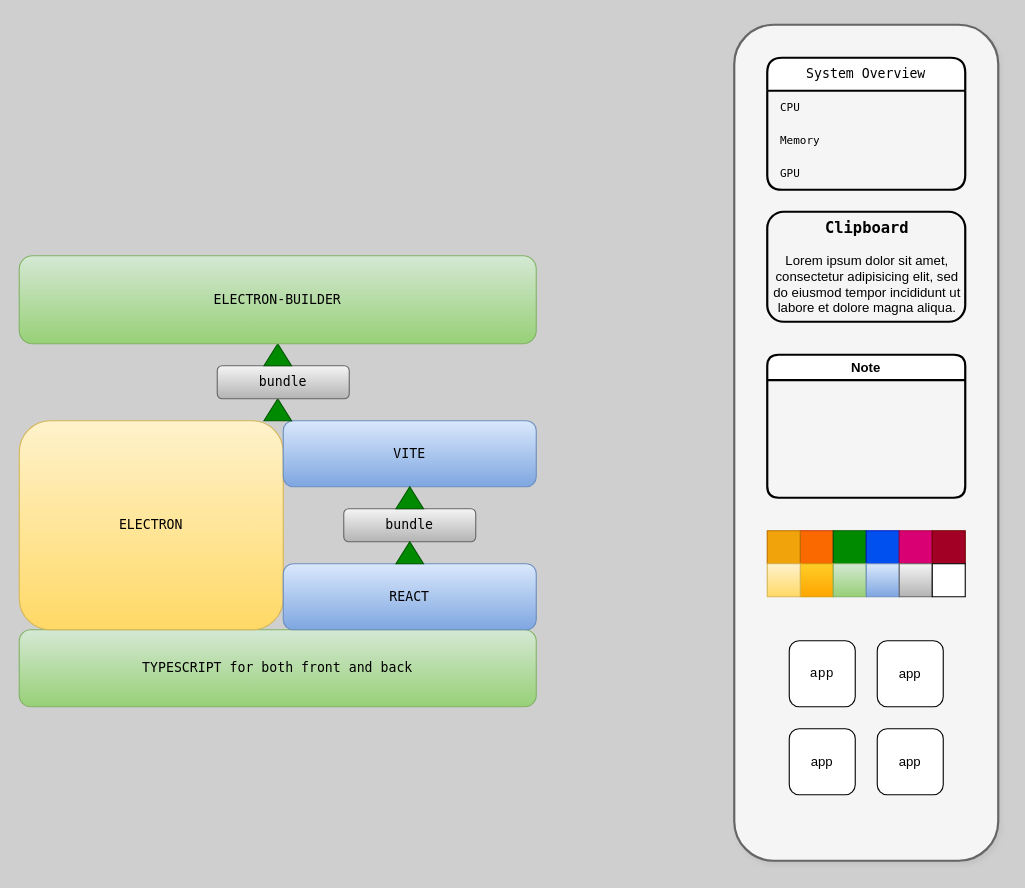
wjbetech/syster keeps this draw.io diagram as syster-wireframe.drawio. Above is the earlier version. Source tidied: cells renumbered, new cells numbered last; positions are measured from the earlier drawing's top-left corner, leaving out a move shared by most shapes. Both pictures are drawn from the tidied source at 110%, with x=0, y=0 at pixel (19, 24).
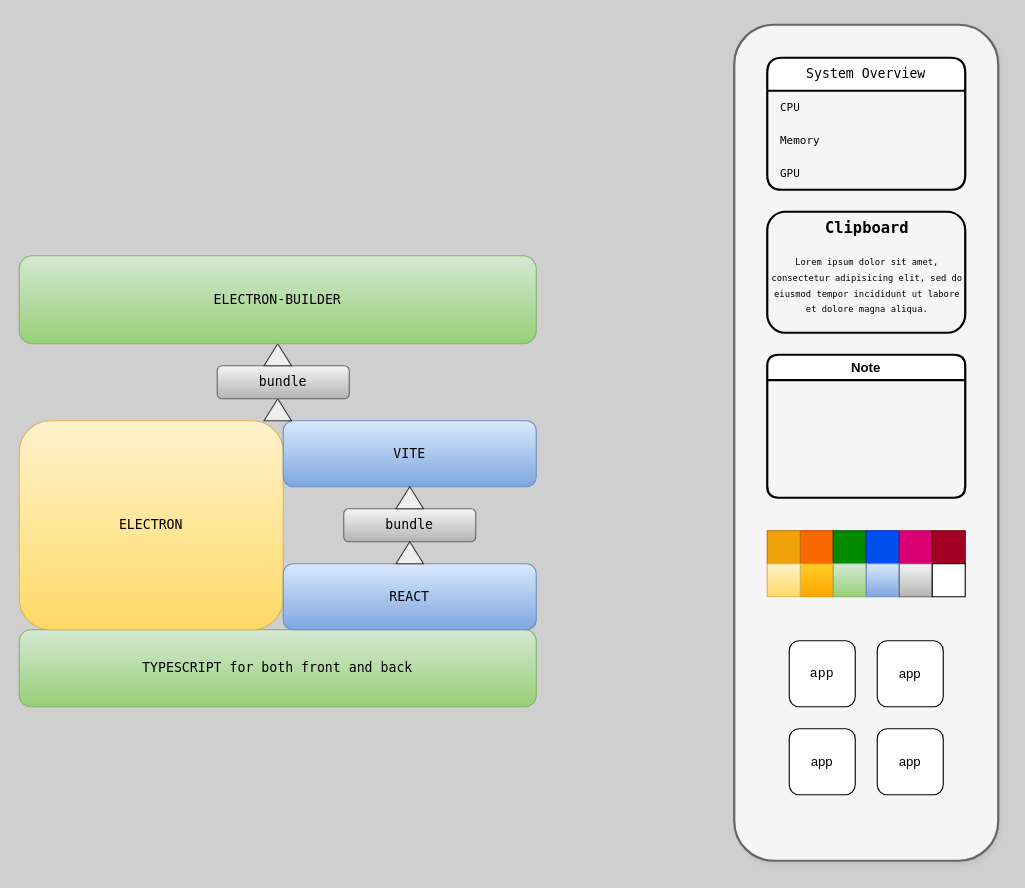
The same page after the edit.

The edit, as a diff of the source:
```diff
@@
-    <mxCell id="7" value="&lt;h3 style=&quot;text-align: center; margin-top: 0px;&quot;&gt;&lt;font face=&quot;Lucida Console&quot;&gt;Clipboard&lt;/font&gt;&lt;/h3&gt;&lt;p style=&quot;text-align: center;&quot;&gt;&lt;font face=&quot;Y1m7DGD2tmO1VxSGW4SP&quot;&gt;Lorem ipsum dolor sit amet, consectetur adipisicing elit, sed do eiusmod tempor incididunt ut labore et dolore magna aliqua.&lt;/font&gt;&lt;/p&gt;" style="text;html=1;whiteSpace=wrap;overflow=hidden;rounded=1;strokeColor=default;strokeWidth=2;" parent="1" vertex="1">
-      <mxGeometry x="680" y="170" width="180" height="100" as="geometry" />
+    <mxCell id="7" value="&lt;h3 style=&quot;text-align: center; margin-top: 0px;&quot;&gt;&lt;font face=&quot;Lucida Console&quot;&gt;Clipboard&lt;/font&gt;&lt;/h3&gt;&lt;p style=&quot;text-align: center;&quot;&gt;&lt;font style=&quot;font-size: 8px;&quot; face=&quot;Lucida Console&quot;&gt;Lorem ipsum dolor sit amet, consectetur adipisicing elit, sed do eiusmod tempor incididunt ut labore et dolore magna aliqua.&lt;/font&gt;&lt;/p&gt;" style="text;html=1;whiteSpace=wrap;overflow=hidden;rounded=1;strokeColor=default;strokeWidth=2;" parent="1" vertex="1">
+      <mxGeometry x="680" y="170" width="180" height="110" as="geometry" />
     </mxCell>
@@
-    <mxCell id="32" style="html=1;shadow=0;dashed=0;align=center;verticalAlign=middle;shape=mxgraph.arrows2.arrow;dy=0.6;dx=40;direction=north;notch=0;fillColor=#008a00;strokeColor=#005700;fontColor=#ffffff;" parent="1" vertex="1">
+    <mxCell id="32" style="html=1;shadow=0;dashed=0;align=center;verticalAlign=middle;shape=mxgraph.arrows2.arrow;dy=0.6;dx=40;direction=north;notch=0;fillColor=#eeeeee;strokeColor=#36393d;" parent="1" vertex="1">
       <mxGeometry x="342.5" y="470" width="25" height="20" as="geometry" />
     </mxCell>
-    <mxCell id="33" style="html=1;shadow=0;dashed=0;align=center;verticalAlign=middle;shape=mxgraph.arrows2.arrow;dy=0.6;dx=40;direction=north;notch=0;fillColor=#008a00;fontColor=#ffffff;strokeColor=#005700;" parent="1" vertex="1">
+    <mxCell id="33" style="html=1;shadow=0;dashed=0;align=center;verticalAlign=middle;shape=mxgraph.arrows2.arrow;dy=0.6;dx=40;direction=north;notch=0;fillColor=#eeeeee;strokeColor=#36393d;" parent="1" vertex="1">
       <mxGeometry x="342.5" y="420" width="25" height="20" as="geometry" />
     </mxCell>
-    <mxCell id="34" style="html=1;shadow=0;dashed=0;align=center;verticalAlign=middle;shape=mxgraph.arrows2.arrow;dy=0.6;dx=40;direction=north;notch=0;fillColor=#008a00;fontColor=#ffffff;strokeColor=#005700;" parent="1" vertex="1">
+    <mxCell id="34" style="html=1;shadow=0;dashed=0;align=center;verticalAlign=middle;shape=mxgraph.arrows2.arrow;dy=0.6;dx=40;direction=north;notch=0;fillColor=#eeeeee;strokeColor=#36393d;" parent="1" vertex="1">
       <mxGeometry x="222.5" y="340" width="25" height="20" as="geometry" />
     </mxCell>
@@
-    <mxCell id="36" style="html=1;shadow=0;dashed=0;align=center;verticalAlign=middle;shape=mxgraph.arrows2.arrow;dy=0.6;dx=40;direction=north;notch=0;fillColor=#008a00;fontColor=#ffffff;strokeColor=#005700;" parent="1" vertex="1">
+    <mxCell id="36" style="html=1;shadow=0;dashed=0;align=center;verticalAlign=middle;shape=mxgraph.arrows2.arrow;dy=0.6;dx=40;direction=north;notch=0;fillColor=#eeeeee;strokeColor=#36393d;" parent="1" vertex="1">
       <mxGeometry x="222.5" y="290" width="25" height="20" as="geometry" />
     </mxCell>
```
